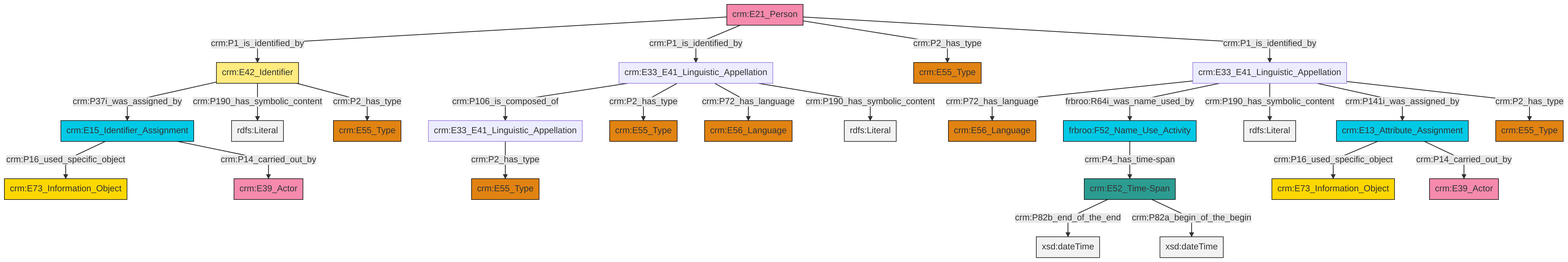
Earlier version of the Mermaid export et/personCSV/ttl/mmd/png/Person_Names_and_Classification.png (swiss-art-research-net/reference-data-models). Its source is kept beside it as et/personCSV/ttl/mmd/Person_Names_and_Classification.ttl.mmd.
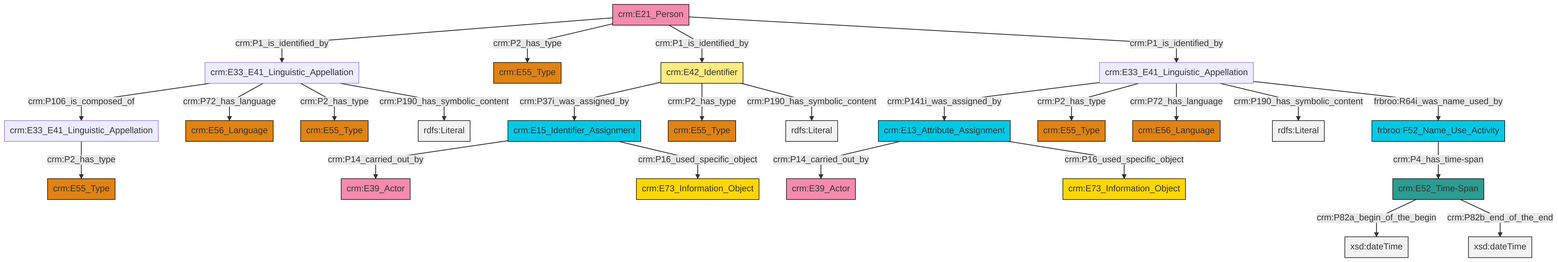
Above is the later version.

What changed in the source:
```diff
@@ -13,27 +13,27 @@
 classDef PC_Classes fill:#4ce600, stroke:#000000;
 classDef Multi fill:#cccccc,stroke:#000000;
 
-0["crm:E33_E41_Linguistic_Appellation"]:::Default -->|crm:P72_has_language| 1["crm:E56_Language"]:::Type
-6["crm:E42_Identifier"]:::Appellation -->|crm:P37i_was_assigned_by| 7["crm:E15_Identifier_Assignment"]:::Temporal_Entity
-0["crm:E33_E41_Linguistic_Appellation"]:::Default -->|frbroo:R64i_was_name_used_by| 11["frbroo:F52_Name_Use_Activity"]:::Temporal_Entity
-7["crm:E15_Identifier_Assignment"]:::Temporal_Entity -->|crm:P16_used_specific_object| 13["crm:E73_Information_Object"]:::Conceptual_Object
-8["crm:E52_Time-Span"]:::Time-Span -->|crm:P82b_end_of_the_end| 14[xsd:dateTime]:::Literal
-15["crm:E33_E41_Linguistic_Appellation"]:::Default -->|crm:P106_is_composed_of| 4["crm:E33_E41_Linguistic_Appellation"]:::Default
-15["crm:E33_E41_Linguistic_Appellation"]:::Default -->|crm:P2_has_type| 16["crm:E55_Type"]:::Type
-18["crm:E21_Person"]:::Actor -->|crm:P1_is_identified_by| 6["crm:E42_Identifier"]:::Appellation
-23["crm:E13_Attribute_Assignment"]:::Temporal_Entity -->|crm:P16_used_specific_object| 20["crm:E73_Information_Object"]:::Conceptual_Object
-18["crm:E21_Person"]:::Actor -->|crm:P1_is_identified_by| 15["crm:E33_E41_Linguistic_Appellation"]:::Default
-15["crm:E33_E41_Linguistic_Appellation"]:::Default -->|crm:P72_has_language| 26["crm:E56_Language"]:::Type
-6["crm:E42_Identifier"]:::Appellation -->|crm:P190_has_symbolic_content| 29[rdfs:Literal]:::Literal
-0["crm:E33_E41_Linguistic_Appellation"]:::Default -->|crm:P190_has_symbolic_content| 30[rdfs:Literal]:::Literal
-0["crm:E33_E41_Linguistic_Appellation"]:::Default -->|crm:P141i_was_assigned_by| 23["crm:E13_Attribute_Assignment"]:::Temporal_Entity
-6["crm:E42_Identifier"]:::Appellation -->|crm:P2_has_type| 32["crm:E55_Type"]:::Type
-23["crm:E13_Attribute_Assignment"]:::Temporal_Entity -->|crm:P14_carried_out_by| 33["crm:E39_Actor"]:::Actor
-8["crm:E52_Time-Span"]:::Time-Span -->|crm:P82a_begin_of_the_begin| 34[xsd:dateTime]:::Literal
-7["crm:E15_Identifier_Assignment"]:::Temporal_Entity -->|crm:P14_carried_out_by| 37["crm:E39_Actor"]:::Actor
-18["crm:E21_Person"]:::Actor -->|crm:P2_has_type| 40["crm:E55_Type"]:::Type
-11["frbroo:F52_Name_Use_Activity"]:::Temporal_Entity -->|crm:P4_has_time-span| 8["crm:E52_Time-Span"]:::Time-Span
-18["crm:E21_Person"]:::Actor -->|crm:P1_is_identified_by| 0["crm:E33_E41_Linguistic_Appellation"]:::Default
-15["crm:E33_E41_Linguistic_Appellation"]:::Default -->|crm:P190_has_symbolic_content| 45[rdfs:Literal]:::Literal
-0["crm:E33_E41_Linguistic_Appellation"]:::Default -->|crm:P2_has_type| 2["crm:E55_Type"]:::Type
-4["crm:E33_E41_Linguistic_Appellation"]:::Default -->|crm:P2_has_type| 27["crm:E55_Type"]:::Type
+0["crm:E52_Time-Span"]:::Time-Span -->|crm:P82a_begin_of_the_begin| 1[xsd:dateTime]:::Literal
+2["crm:E21_Person"]:::Actor -->|crm:P1_is_identified_by| 3["crm:E33_E41_Linguistic_Appellation"]:::Default
+4["crm:E33_E41_Linguistic_Appellation"]:::Default -->|crm:P141i_was_assigned_by| 5["crm:E13_Attribute_Assignment"]:::Temporal_Entity
+2["crm:E21_Person"]:::Actor -->|crm:P2_has_type| 6["crm:E55_Type"]:::Type
+4["crm:E33_E41_Linguistic_Appellation"]:::Default -->|crm:P2_has_type| 7["crm:E55_Type"]:::Type
+2["crm:E21_Person"]:::Actor -->|crm:P1_is_identified_by| 10["crm:E42_Identifier"]:::Appellation
+11["frbroo:F52_Name_Use_Activity"]:::Temporal_Entity -->|crm:P4_has_time-span| 0["crm:E52_Time-Span"]:::Time-Span
+3["crm:E33_E41_Linguistic_Appellation"]:::Default -->|crm:P106_is_composed_of| 14["crm:E33_E41_Linguistic_Appellation"]:::Default
+2["crm:E21_Person"]:::Actor -->|crm:P1_is_identified_by| 4["crm:E33_E41_Linguistic_Appellation"]:::Default
+3["crm:E33_E41_Linguistic_Appellation"]:::Default -->|crm:P72_has_language| 16["crm:E56_Language"]:::Type
+4["crm:E33_E41_Linguistic_Appellation"]:::Default -->|crm:P72_has_language| 17["crm:E56_Language"]:::Type
+0["crm:E52_Time-Span"]:::Time-Span -->|crm:P82b_end_of_the_end| 19[xsd:dateTime]:::Literal
+4["crm:E33_E41_Linguistic_Appellation"]:::Default -->|crm:P190_has_symbolic_content| 22[rdfs:Literal]:::Literal
+23["crm:E15_Identifier_Assignment"]:::Temporal_Entity -->|crm:P14_carried_out_by| 24["crm:E39_Actor"]:::Actor
+5["crm:E13_Attribute_Assignment"]:::Temporal_Entity -->|crm:P14_carried_out_by| 27["crm:E39_Actor"]:::Actor
+10["crm:E42_Identifier"]:::Appellation -->|crm:P37i_was_assigned_by| 23["crm:E15_Identifier_Assignment"]:::Temporal_Entity
+10["crm:E42_Identifier"]:::Appellation -->|crm:P2_has_type| 8["crm:E55_Type"]:::Type
+10["crm:E42_Identifier"]:::Appellation -->|crm:P190_has_symbolic_content| 30[rdfs:Literal]:::Literal
+14["crm:E33_E41_Linguistic_Appellation"]:::Default -->|crm:P2_has_type| 12["crm:E55_Type"]:::Type
+4["crm:E33_E41_Linguistic_Appellation"]:::Default -->|frbroo:R64i_was_name_used_by| 11["frbroo:F52_Name_Use_Activity"]:::Temporal_Entity
+3["crm:E33_E41_Linguistic_Appellation"]:::Default -->|crm:P2_has_type| 35["crm:E55_Type"]:::Type
+5["crm:E13_Attribute_Assignment"]:::Temporal_Entity -->|crm:P16_used_specific_object| 20["crm:E73_Information_Object"]:::Conceptual_Object
+3["crm:E33_E41_Linguistic_Appellation"]:::Default -->|crm:P190_has_symbolic_content| 38[rdfs:Literal]:::Literal
+23["crm:E15_Identifier_Assignment"]:::Temporal_Entity -->|crm:P16_used_specific_object| 40["crm:E73_Information_Object"]:::Conceptual_Object
```
